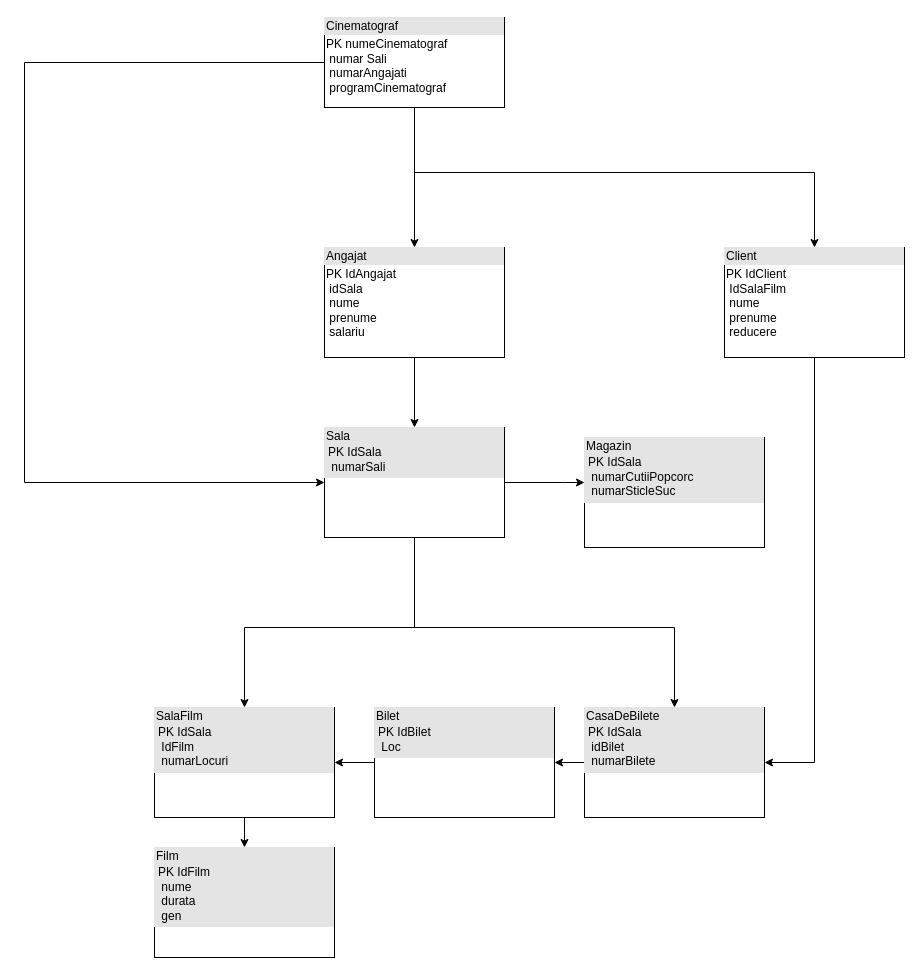
Earlier version of the draw.io diagram Untitled Diagram.drawio (Cosmin869/baza_De_date). Source tidied: cells renumbered, new cells numbered last; positions are measured from the earlier drawing's top-left corner, leaving out a move shared by most shapes. Both pictures are drawn from the tidied source at 100%, with x=0, y=0 at pixel (24, 17).
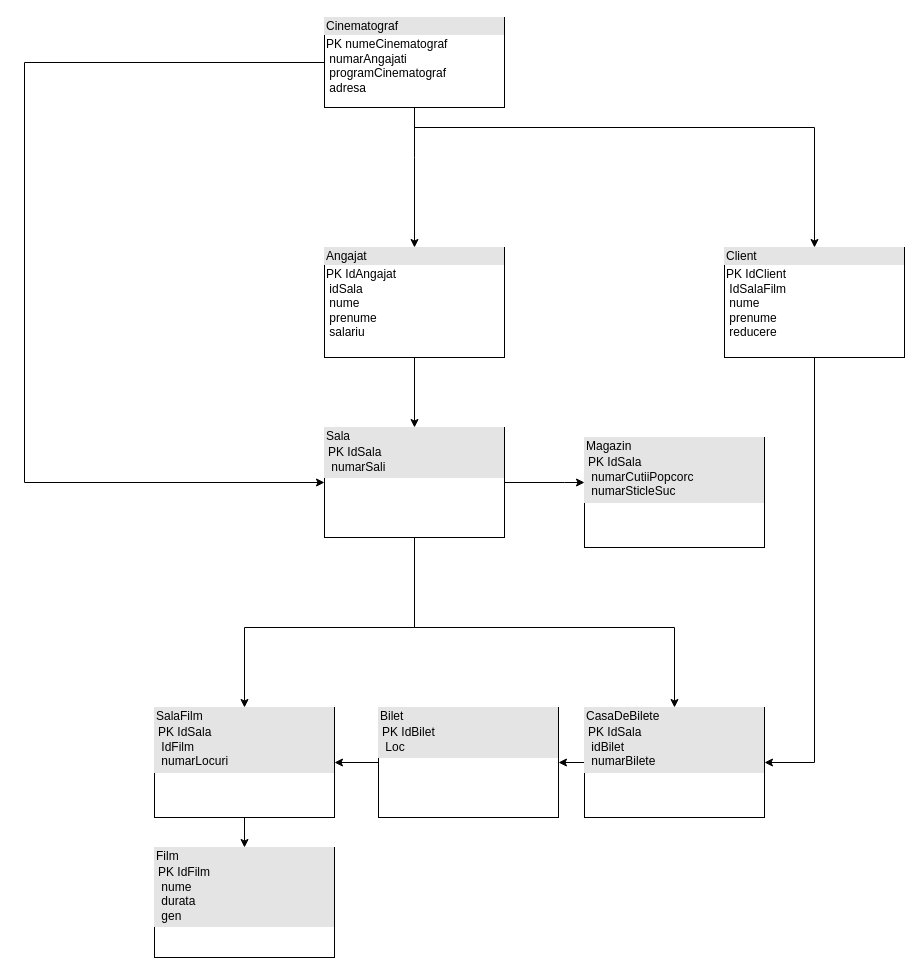
The same diagram, later.

Unchanged cells that the change refers to:
```xml
<mxCell id="9" value="&lt;div style=&quot;box-sizing:border-box;width:100%;background:#e4e4e4;padding:2px;&quot;&gt;Client&lt;/div&gt;&lt;table style=&quot;width:100%;font-size:1em;&quot; cellpadding=&quot;2&quot; cellspacing=&quot;0&quot;&gt;&lt;tbody&gt;&lt;tr&gt;&lt;td&gt;PK&lt;span style=&quot;white-space: pre;&quot;&gt; &lt;/span&gt;IdClient&lt;br&gt;&lt;span style=&quot;white-space: pre;&quot;&gt; &lt;/span&gt;IdSalaFilm&lt;br&gt;&lt;span style=&quot;white-space: pre;&quot;&gt; &lt;/span&gt;nume&lt;br&gt;&lt;span style=&quot;white-space: pre;&quot;&gt; &lt;/span&gt;prenume&lt;br&gt;&lt;span style=&quot;white-space: pre;&quot;&gt; &lt;/span&gt;reducere&lt;br&gt;&lt;span style=&quot;white-space: pre;&quot;&gt; &lt;/span&gt;&lt;br&gt;&lt;/td&gt;&lt;td&gt;&lt;br&gt;&lt;/td&gt;&lt;/tr&gt;&lt;tr&gt;&lt;td&gt;&lt;br&gt;&lt;/td&gt;&lt;td&gt;&lt;/td&gt;&lt;/tr&gt;&lt;/tbody&gt;&lt;/table&gt;" style="verticalAlign=top;align=left;overflow=fill;html=1;whiteSpace=wrap;" parent="1" vertex="1">
  <mxGeometry x="700" y="230" width="180" height="110" as="geometry" />
</mxCell>
```

The edit, as a diff of the source:
```diff
@@
-    <mxCell id="6" value="&lt;div style=&quot;box-sizing:border-box;width:100%;background:#e4e4e4;padding:2px;&quot;&gt;Sala&lt;br&gt;&lt;table style=&quot;background-color: initial; font-size: 1em; width: 100%;&quot; cellpadding=&quot;2&quot; cellspacing=&quot;0&quot;&gt;&lt;tbody&gt;&lt;tr&gt;&lt;td&gt;PK&lt;span style=&quot;white-space: pre;&quot;&gt; &lt;/span&gt;IdSala&lt;br&gt;&lt;span style=&quot;white-space: pre;&quot;&gt; &lt;/span&gt;numarSali&lt;br&gt;&lt;/td&gt;&lt;td&gt;&lt;br&gt;&lt;/td&gt;&lt;/tr&gt;&lt;/tbody&gt;&lt;/table&gt;&lt;/div&gt;" style="verticalAlign=top;align=left;overflow=fill;html=1;whiteSpace=wrap;" parent="1" vertex="1">
+    <mxCell id="6" value="&lt;div style=&quot;box-sizing:border-box;width:100%;background:#e4e4e4;padding:2px;&quot;&gt;Sala&lt;br&gt;&lt;table style=&quot;background-color: initial; font-size: 1em; width: 100%;&quot; cellpadding=&quot;2&quot; cellspacing=&quot;0&quot;&gt;&lt;tbody&gt;&lt;tr&gt;&lt;td&gt;PK&lt;span style=&quot;white-space: pre;&quot;&gt; &lt;/span&gt;IdSala&lt;br&gt;&lt;span style=&quot;white-space: pre;&quot;&gt; &lt;/span&gt;numarSali&lt;br&gt;&lt;/td&gt;&lt;td&gt;&lt;br&gt;&lt;/td&gt;&lt;/tr&gt;&lt;/tbody&gt;&lt;/table&gt;&lt;/div&gt;" style="verticalAlign=top;align=left;overflow=fill;html=1;whiteSpace=wrap;fillStyle=auto;" parent="1" vertex="1">
       <mxGeometry x="300" y="410" width="180" height="110" as="geometry" />
     </mxCell>
@@
     <mxCell id="11" style="edgeStyle=orthogonalEdgeStyle;rounded=0;jettySize=auto;html=1;entryX=0.5;entryY=0;entryDx=0;entryDy=0;exitX=0.5;exitY=1;exitDx=0;exitDy=0;" parent="1" edge="1" source="12" target="9">
       <mxGeometry relative="1" as="geometry">
         <Array as="points">
-          <mxPoint x="390" y="155" />
-          <mxPoint x="790" y="155" />
+          <mxPoint x="390" y="110" />
+          <mxPoint x="790" y="110" />
         </Array>
       </mxGeometry>
     </mxCell>
-    <mxCell id="12" value="&lt;div style=&quot;box-sizing:border-box;width:100%;background:#e4e4e4;padding:2px;&quot;&gt;Cinematograf&lt;/div&gt;&lt;table style=&quot;width:100%;font-size:1em;&quot; cellpadding=&quot;2&quot; cellspacing=&quot;0&quot;&gt;&lt;tbody&gt;&lt;tr&gt;&lt;td&gt;PK&lt;span style=&quot;white-space: pre;&quot;&gt; &lt;/span&gt;numeCinematograf&lt;br&gt;&lt;span style=&quot;white-space: pre;&quot;&gt; &lt;/span&gt;numar Sali&lt;br&gt;&lt;span style=&quot;white-space: pre;&quot;&gt; &lt;/span&gt;numarAngajati&lt;br&gt;&lt;span style=&quot;white-space: pre;&quot;&gt; &lt;/span&gt;programCinematograf&lt;br&gt;&lt;/td&gt;&lt;td&gt;&lt;br&gt;&lt;/td&gt;&lt;/tr&gt;&lt;/tbody&gt;&lt;/table&gt;" style="verticalAlign=top;align=left;overflow=fill;html=1;whiteSpace=wrap;" parent="1" vertex="1">
+    <mxCell id="12" value="&lt;div style=&quot;box-sizing:border-box;width:100%;background:#e4e4e4;padding:2px;&quot;&gt;Cinematograf&lt;/div&gt;&lt;table style=&quot;width:100%;font-size:1em;&quot; cellpadding=&quot;2&quot; cellspacing=&quot;0&quot;&gt;&lt;tbody&gt;&lt;tr&gt;&lt;td&gt;PK&lt;span style=&quot;white-space: pre;&quot;&gt; &lt;/span&gt;numeCinematograf&lt;br&gt;&lt;span style=&quot;white-space: pre;&quot;&gt; &lt;/span&gt;numarAngajati&lt;br&gt;&lt;span style=&quot;white-space: pre;&quot;&gt; &lt;/span&gt;programCinematograf&lt;br&gt;&lt;span style=&quot;white-space: pre;&quot;&gt; &lt;/span&gt;adresa&lt;br&gt;&lt;/td&gt;&lt;td&gt;&lt;br&gt;&lt;/td&gt;&lt;/tr&gt;&lt;/tbody&gt;&lt;/table&gt;" style="verticalAlign=top;align=left;overflow=fill;html=1;whiteSpace=wrap;" parent="1" vertex="1">
       <mxGeometry x="300" width="180" height="90" as="geometry" />
     </mxCell>
@@
     <mxCell id="21" value="&lt;div style=&quot;box-sizing:border-box;width:100%;background:#e4e4e4;padding:2px;&quot;&gt;Bilet&lt;br&gt;&lt;table style=&quot;background-color: initial; font-size: 1em; width: 100%;&quot; cellpadding=&quot;2&quot; cellspacing=&quot;0&quot;&gt;&lt;tbody&gt;&lt;tr&gt;&lt;td&gt;PK&lt;span style=&quot;white-space: pre;&quot;&gt; &lt;/span&gt;IdBilet&lt;br&gt;&lt;span style=&quot;white-space: pre;&quot;&gt; &lt;/span&gt;Loc&lt;br&gt;&lt;/td&gt;&lt;td&gt;&lt;br&gt;&lt;/td&gt;&lt;/tr&gt;&lt;/tbody&gt;&lt;/table&gt;&lt;/div&gt;" style="verticalAlign=top;align=left;overflow=fill;html=1;whiteSpace=wrap;" parent="1" vertex="1">
-      <mxGeometry x="350" y="690" width="180" height="110" as="geometry" />
+      <mxGeometry x="354" y="690" width="180" height="110" as="geometry" />
     </mxCell>
```
